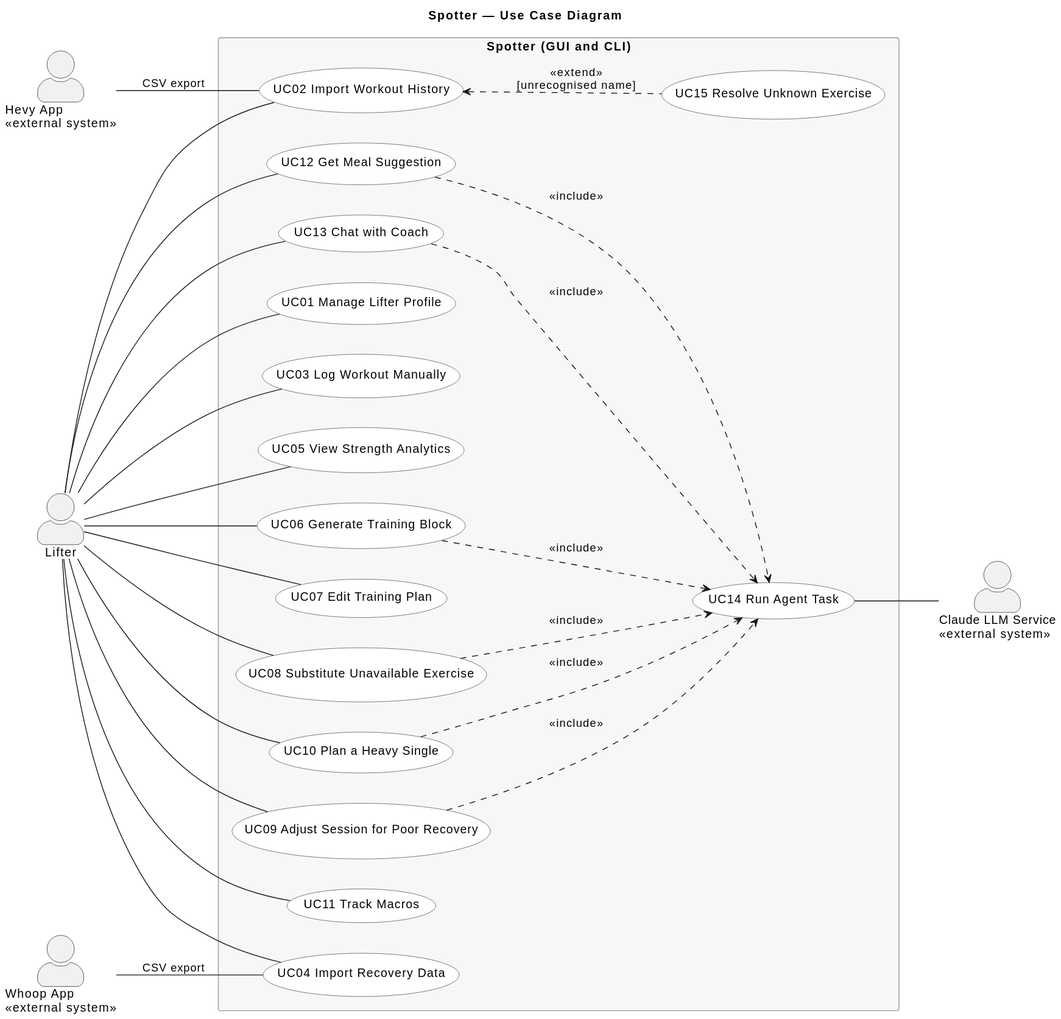
The PlantUML diagram diagrams/usecase/usecase.svg in devparikh28/EECS-3311-Project--Spotter, before a commit. Its diagram source:
```plantuml
@startuml
title Spotter — Use Case Diagram
left to right direction
skinparam shadowing false
skinparam packageStyle rectangle
skinparam usecase {
  BackgroundColor #FFFFFF
  BorderColor #444444
}
skinparam rectangle {
  BackgroundColor #F7F7F7
  BorderColor #999999
}
skinparam actorStyle awesome

actor "Lifter" as Lifter
actor "Hevy App\n<<external system>>" as Hevy
actor "Whoop App\n<<external system>>" as Whoop
actor "Claude LLM Service\n<<external system>>" as Claude

rectangle "Spotter (GUI and CLI)" {
  usecase "UC01 Manage Lifter Profile" as UC01
  usecase "UC02 Import Workout History" as UC02
  usecase "UC03 Log Workout Manually" as UC03
  usecase "UC04 Import Recovery Data" as UC04
  usecase "UC05 View Strength Analytics" as UC05
  usecase "UC06 Generate Training Block" as UC06
  usecase "UC07 Edit Training Plan" as UC07
  usecase "UC08 Substitute Unavailable Exercise" as UC08
  usecase "UC09 Adjust Session for Poor Recovery" as UC09
  usecase "UC10 Plan a Heavy Single" as UC10
  usecase "UC11 Track Macros" as UC11
  usecase "UC12 Get Meal Suggestion" as UC12
  usecase "UC13 Chat with Coach" as UC13
  usecase "UC14 Run Agent Task" as UC14
  usecase "UC15 Resolve Unknown Exercise" as UC15
}

Lifter -- UC01
Lifter -- UC02
Lifter -- UC03
Lifter -- UC04
Lifter -- UC05
Lifter -- UC06
Lifter -- UC07
Lifter -- UC08
Lifter -- UC09
Lifter -- UC10
Lifter -- UC11
Lifter -- UC12
Lifter -- UC13

Hevy -- UC02 : CSV export
Whoop -- UC04 : CSV export
UC14 -- Claude

UC06 ..> UC14 : <<include>>
UC08 ..> UC14 : <<include>>
UC09 ..> UC14 : <<include>>
UC10 ..> UC14 : <<include>>
UC12 ..> UC14 : <<include>>
UC13 ..> UC14 : <<include>>
UC02 <.. UC15 : <<extend>>\n[unrecognised name]
@enduml
```
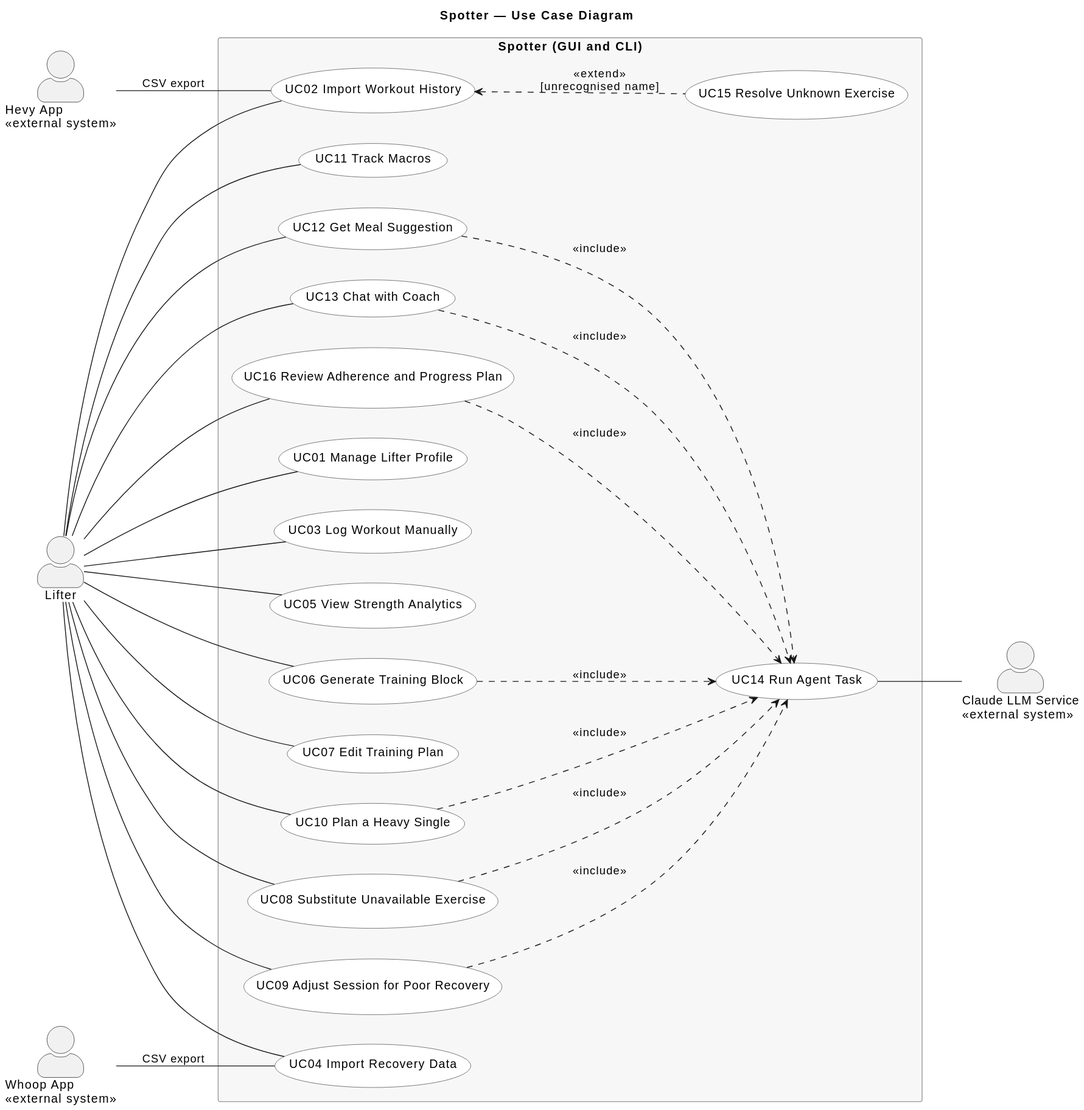
Above is the later version.

The edit, as a diff of the source:
```diff
@@ -32,6 +32,7 @@
   usecase "UC11 Track Macros" as UC11
   usecase "UC12 Get Meal Suggestion" as UC12
   usecase "UC13 Chat with Coach" as UC13
+  usecase "UC16 Review Adherence and Progress Plan" as UC16
   usecase "UC14 Run Agent Task" as UC14
   usecase "UC15 Resolve Unknown Exercise" as UC15
 }
@@ -49,6 +50,7 @@
 Lifter -- UC11
 Lifter -- UC12
 Lifter -- UC13
+Lifter -- UC16
 
 Hevy -- UC02 : CSV export
 Whoop -- UC04 : CSV export
@@ -60,5 +62,6 @@
 UC10 ..> UC14 : <<include>>
 UC12 ..> UC14 : <<include>>
 UC13 ..> UC14 : <<include>>
+UC16 ..> UC14 : <<include>>
 UC02 <.. UC15 : <<extend>>\n[unrecognised name]
 @enduml
```
